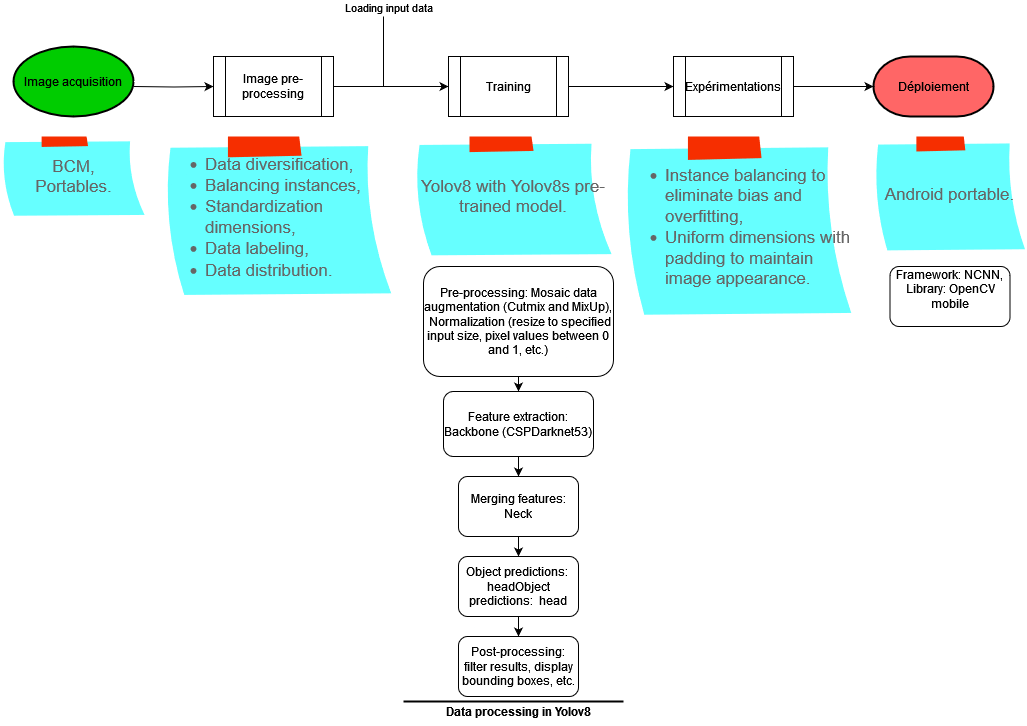
The draw.io diagram Ariary_recognition.drawio.png in bihoux/Repertoire_vaovao, before a commit. Source tidied: cells renumbered, new cells last; positions are measured from the earlier drawing's top-left corner, leaving out a move shared by most shapes.
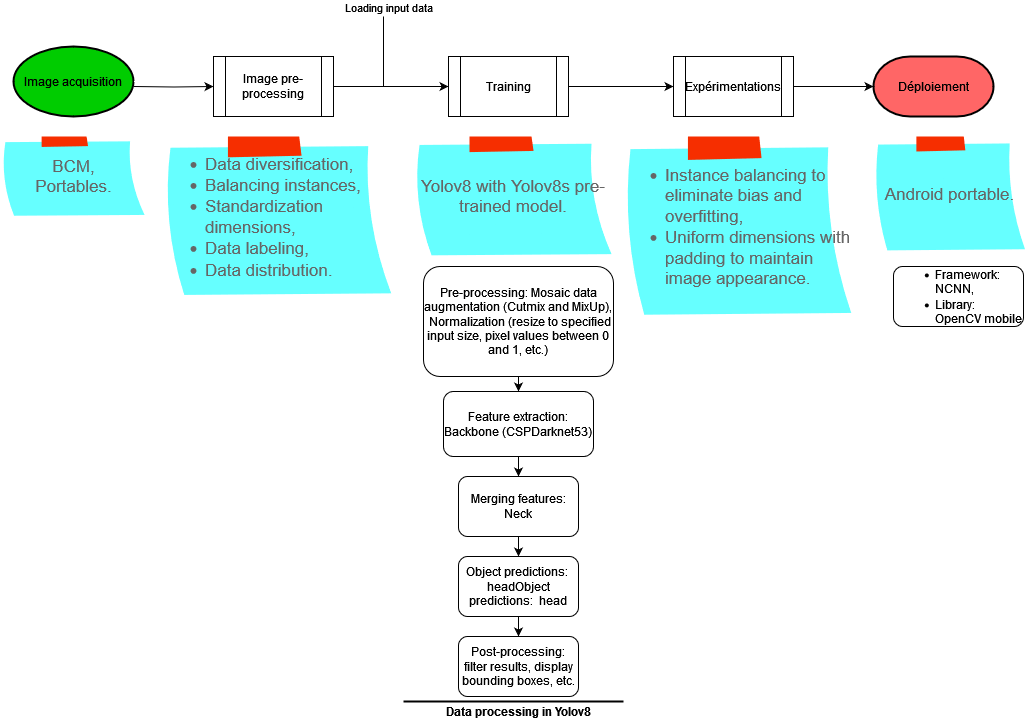
The same diagram one commit later.

The edit, as a diff of the source:
```diff
@@ -64,8 +64,8 @@
     <mxCell id="19" value="Post-processing: filter results, display bounding boxes, etc." style="rounded=1;whiteSpace=wrap;html=1;" parent="1" vertex="1">
       <mxGeometry x="457" y="620" width="120" height="60" as="geometry" />
     </mxCell>
-    <mxCell id="20" value="Framework: NCNN,&lt;br&gt;Library: OpenCV mobile&lt;div&gt;&lt;br/&gt;&lt;/div&gt;" style="rounded=1;whiteSpace=wrap;html=1;" parent="1" vertex="1">
-      <mxGeometry x="888.5" y="250" width="120" height="60" as="geometry" />
+    <mxCell id="20" value="&lt;div align=&quot;left&quot;&gt;&lt;ul&gt;&lt;li&gt;Framework: NCNN,&lt;/li&gt;&lt;li&gt;Library: OpenCV mobile&lt;/li&gt;&lt;/ul&gt;&lt;/div&gt;" style="rounded=1;whiteSpace=wrap;html=1;align=left;" parent="1" vertex="1">
+      <mxGeometry x="892" y="250" width="130" height="60" as="geometry" />
     </mxCell>
     <mxCell id="21" value="Image acquisition" style="strokeWidth=2;html=1;shape=mxgraph.flowchart.start_1;whiteSpace=wrap;fillColor=#00CC00;" parent="1" vertex="1">
       <mxGeometry x="12" y="30" width="120" height="70" as="geometry" />
```
